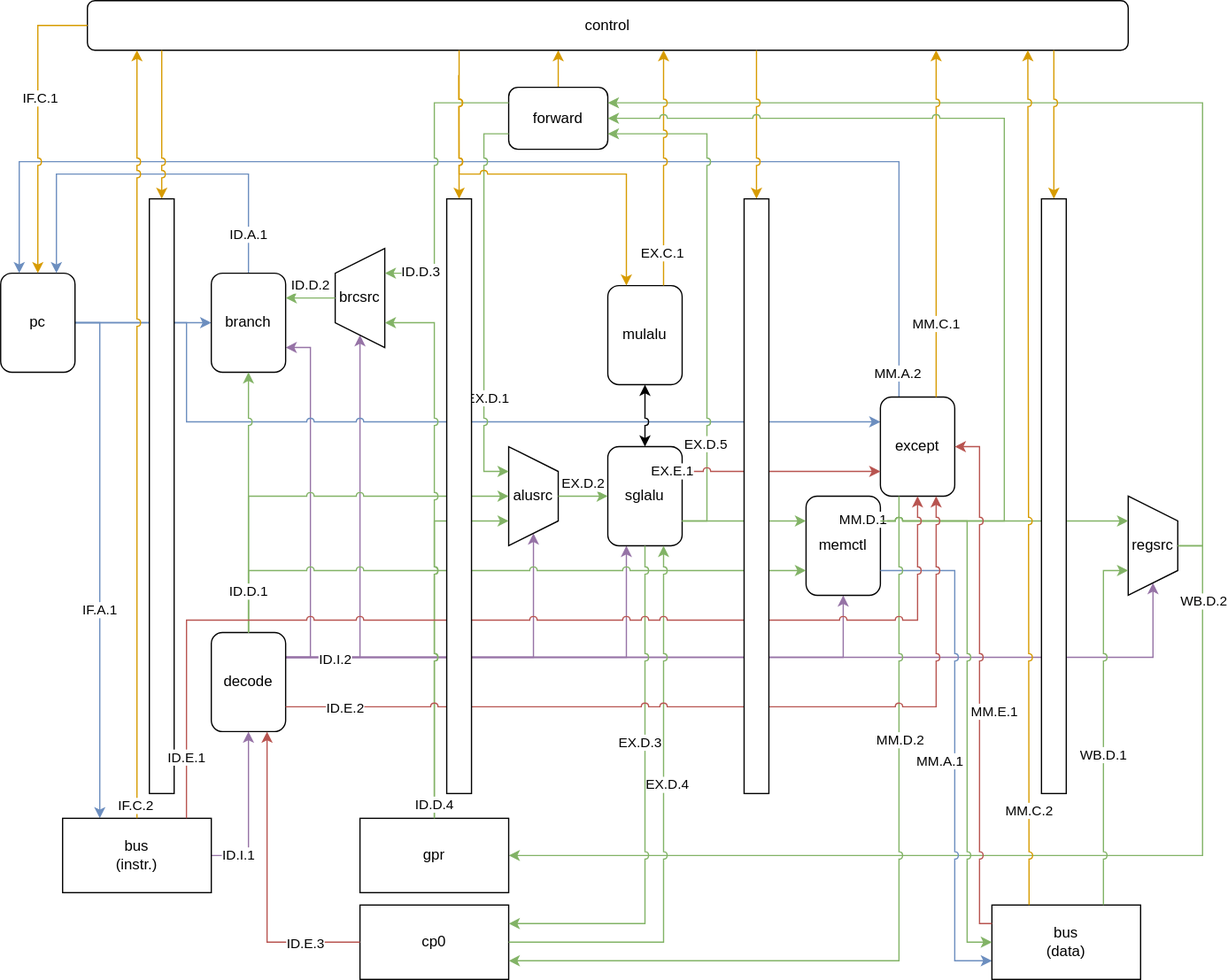
Before: datapath-2.svg, a diagram exported from draw.io (endereyewxy/NaiveMIPS). Source tidied: cells renumbered, new cells last; positions are measured from the earlier drawing's top-left corner, leaving out a move shared by most shapes.
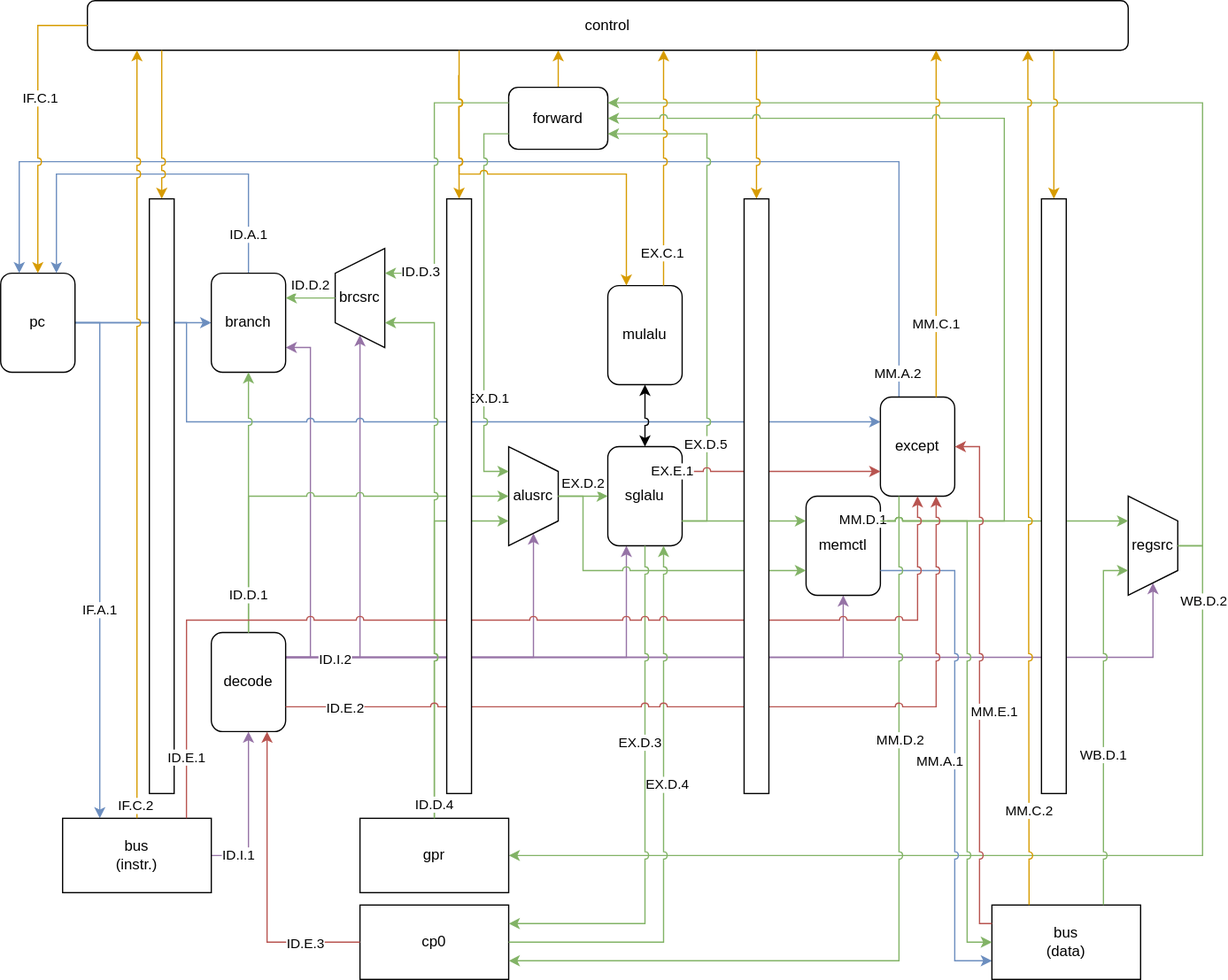
The same diagram one commit later.

Commit message:
修改数据通路

What changed in the source:
```diff
@@ -151,11 +151,18 @@
     <mxCell id="42" style="edgeStyle=orthogonalEdgeStyle;rounded=0;jumpStyle=arc;jettySize=auto;html=1;exitX=0.5;exitY=0;exitDx=0;exitDy=0;entryX=0.5;entryY=1;entryDx=0;entryDy=0;startArrow=none;startFill=0;fillColor=#d5e8d4;strokeColor=#82b366;" parent="1" edge="1" source="19" target="22">
       <mxGeometry relative="1" as="geometry" />
     </mxCell>
-    <mxCell id="43" style="edgeStyle=orthogonalEdgeStyle;rounded=0;jumpStyle=arc;jettySize=auto;html=1;exitX=0.5;exitY=0;exitDx=0;exitDy=0;entryX=0;entryY=0.75;entryDx=0;entryDy=0;startArrow=none;startFill=0;fillColor=#d5e8d4;strokeColor=#82b366;" parent="1" edge="1" source="19" target="3">
-      <mxGeometry relative="1" as="geometry" />
+    <mxCell id="43" style="edgeStyle=orthogonalEdgeStyle;rounded=0;jumpStyle=arc;jettySize=auto;html=1;exitX=0.5;exitY=0;exitDx=0;exitDy=0;entryX=0;entryY=0.75;entryDx=0;entryDy=0;startArrow=none;startFill=0;fillColor=#d5e8d4;strokeColor=#82b366;" parent="1" edge="1" source="30" target="3">
+      <mxGeometry relative="1" as="geometry">
+        <Array as="points">
+          <mxPoint x="470" y="400" />
+          <mxPoint x="470" y="460" />
+        </Array>
+      </mxGeometry>
     </mxCell>
     <mxCell id="44" value="ID.D.1" style="edgeLabel;html=1;align=center;verticalAlign=middle;" parent="43" vertex="1">
-      <mxGeometry x="-0.87" relative="1" as="geometry" />
+      <mxGeometry x="-0.87" relative="1" as="geometry">
+        <mxPoint x="-267.5" y="80" as="offset" />
+      </mxGeometry>
     </mxCell>
     <mxCell id="45" style="edgeStyle=orthogonalEdgeStyle;rounded=0;jumpStyle=arc;jettySize=auto;html=1;exitX=0;exitY=0.25;exitDx=0;exitDy=0;entryX=0.75;entryY=1;entryDx=0;entryDy=0;startArrow=none;startFill=0;fillColor=#d5e8d4;strokeColor=#82b366;" parent="1" edge="1" source="24" target="25">
       <mxGeometry relative="1" as="geometry">
```
